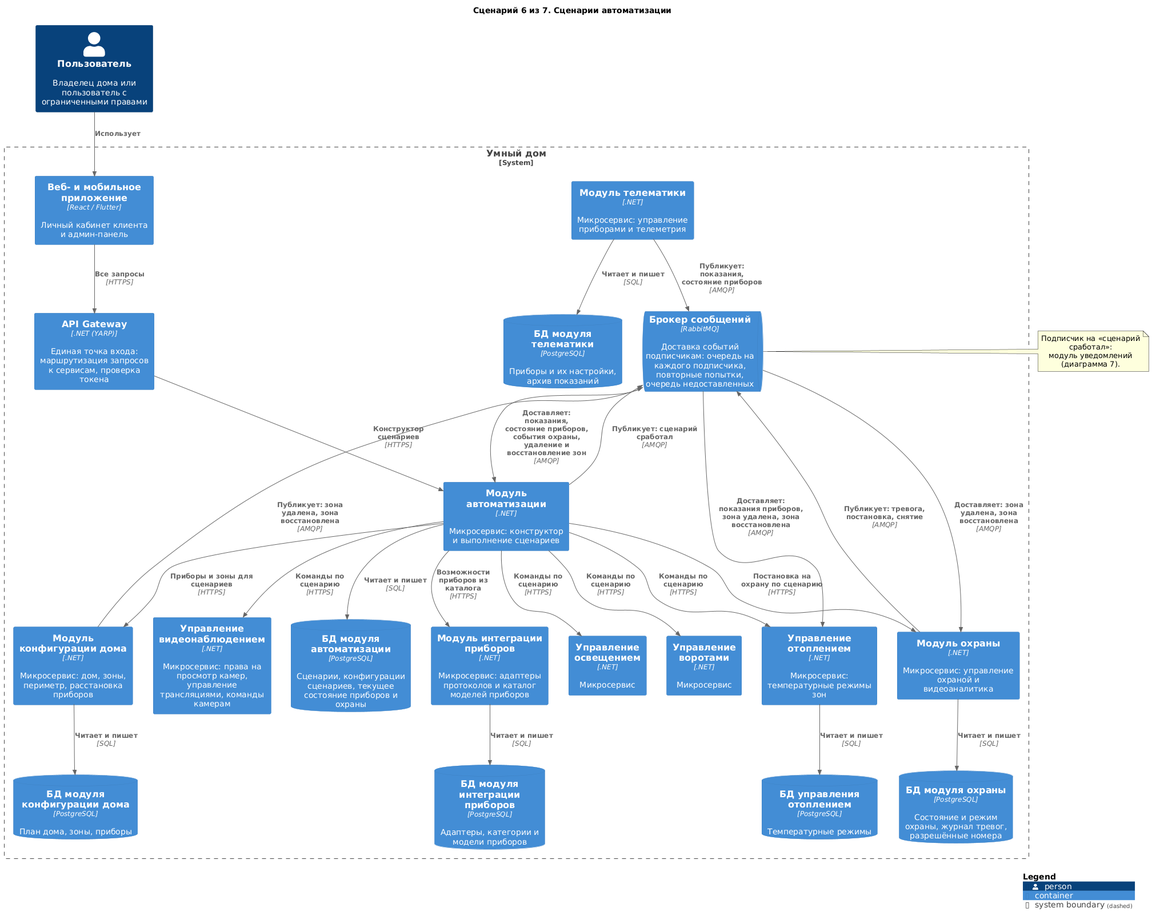
Before: diagrams/containers-scenarios/06-automation.png, a diagram exported from PlantUML (Lyamin-av/architecture-warmhouse).
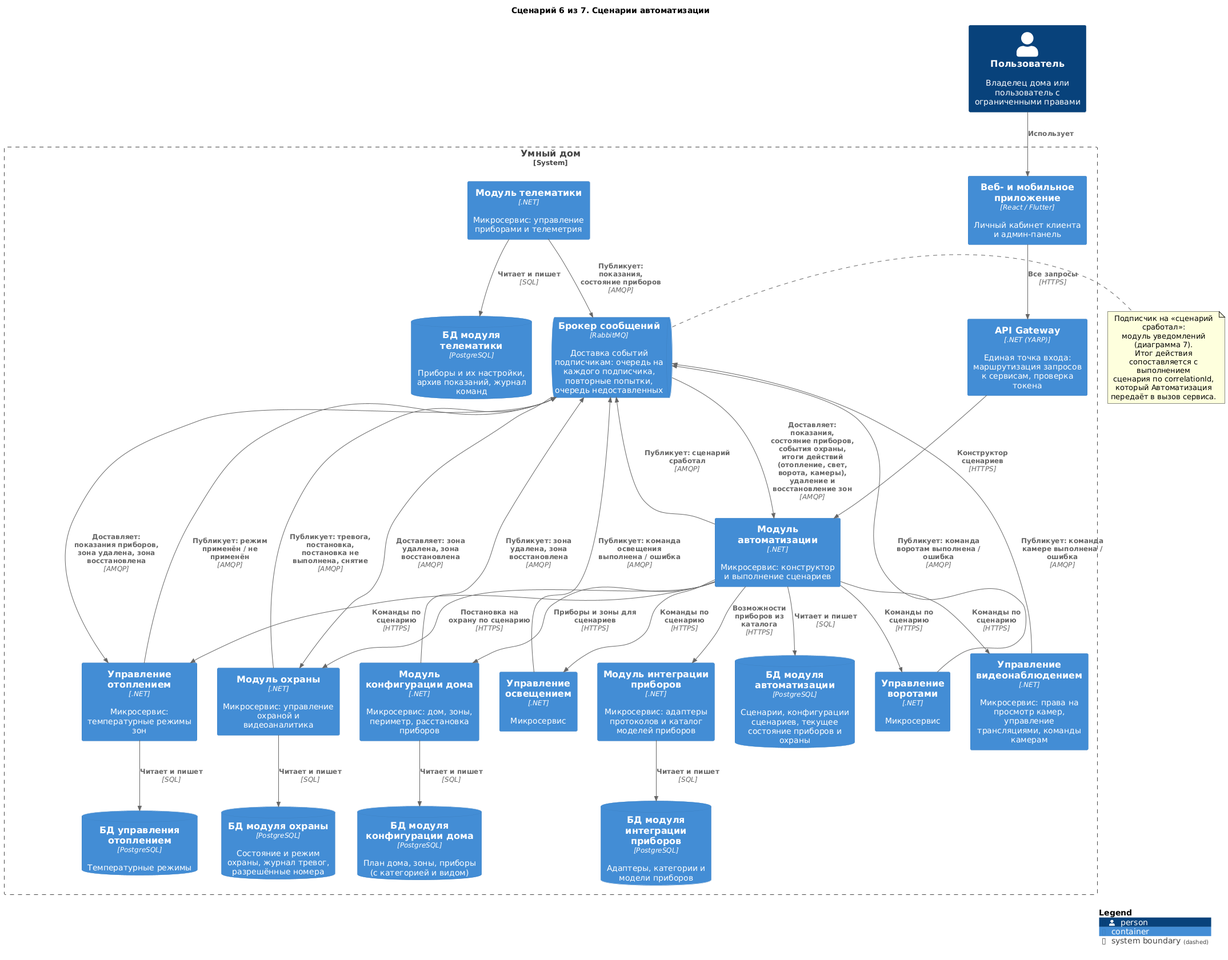
The same diagram one commit later.

The edit, as a diff of the source:
```diff
@@ -20,10 +20,10 @@
     ContainerQueue(Broker, "Брокер сообщений", "RabbitMQ", "Доставка событий подписчикам: очередь на каждого подписчика, повторные попытки, очередь недоставленных")
     ContainerDb(dbHeating, "БД управления отоплением", "PostgreSQL", "Температурные режимы")
     ContainerDb(dbSecurity, "БД модуля охраны", "PostgreSQL", "Состояние и режим охраны, журнал тревог, разрешённые номера")
-    ContainerDb(dbTelematics, "БД модуля телематики", "PostgreSQL", "Приборы и их настройки, архив показаний")
+    ContainerDb(dbTelematics, "БД модуля телематики", "PostgreSQL", "Приборы и их настройки, архив показаний, журнал команд")
     ContainerDb(dbDIS, "БД модуля интеграции приборов", "PostgreSQL", "Адаптеры, категории и модели приборов")
     ContainerDb(dbAuto, "БД модуля автоматизации", "PostgreSQL", "Сценарии, конфигурации сценариев, текущее состояние приборов и охраны")
-    ContainerDb(dbHC, "БД модуля конфигурации дома", "PostgreSQL", "План дома, зоны, приборы")
+    ContainerDb(dbHC, "БД модуля конфигурации дома", "PostgreSQL", "План дома, зоны, приборы (с категорией и видом)")
 }
 
 
@@ -38,13 +38,20 @@
 Rel(Automation, VideoControl, "Команды по сценарию", "HTTPS")
 Rel(Automation, Security, "Постановка на охрану по сценарию", "HTTPS")
 Rel(Telematics, Broker, "Публикует: показания, состояние приборов", "AMQP")
-Rel(Security, Broker, "Публикует: тревога, постановка, снятие", "AMQP")
-Rel(Broker, Automation, "Доставляет: показания, состояние приборов, события охраны, удаление и восстановление зон", "AMQP")
+Rel(Security, Broker, "Публикует: тревога, постановка, постановка не выполнена, снятие", "AMQP")
+Rel(Heating, Broker, "Публикует: режим применён / не применён", "AMQP")
+Rel(Lighting, Broker, "Публикует: команда освещения выполнена / ошибка", "AMQP")
+Rel(GateControl, Broker, "Публикует: команда воротам выполнена / ошибка", "AMQP")
+Rel(VideoControl, Broker, "Публикует: команда камере выполнена / ошибка", "AMQP")
+Rel(Broker, Automation, "Доставляет: показания, состояние приборов, события охраны, итоги действий (отопление, свет, ворота, камеры), удаление и восстановление зон", "AMQP")
 Rel(Automation, Broker, "Публикует: сценарий сработал", "AMQP")
 
 note right of Broker
   Подписчик на «сценарий сработал»:
   модуль уведомлений (диаграмма 7).
+  Итог действия сопоставляется с выполнением
+  сценария по correlationId, который Автоматизация
+  передаёт в вызов сервиса.
 end note
 
 Rel(Heating, dbHeating, "Читает и пишет", "SQL")
```
